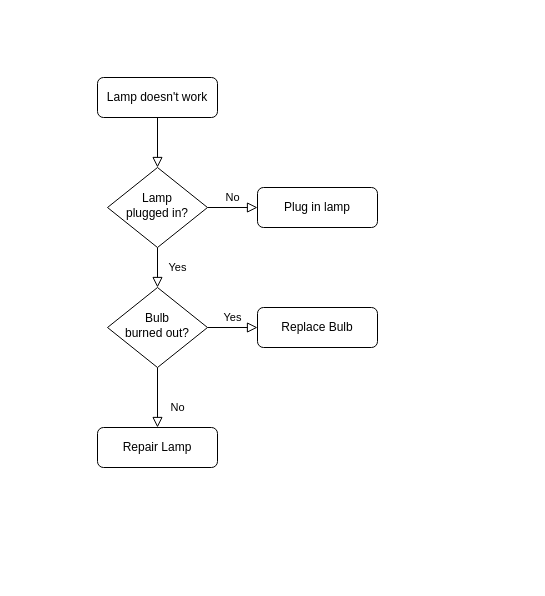
Earlier version of the draw.io diagram Untitled Diagram.drawio (JuanGmv/ejercicio). Source tidied: cells renumbered, new cells numbered last; positions are measured from the earlier drawing's top-left corner, leaving out a move shared by most shapes. Both pictures are drawn from the tidied source at 100%, with x=0, y=0 at pixel (97, 77).
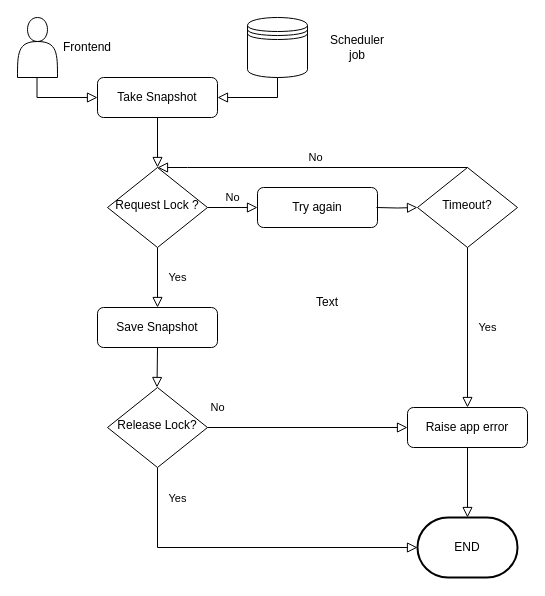
Above is the later version.

The edit, as a diff of the source:
```diff
@@
-    <mxCell id="3" value="Lamp doesn't work" style="rounded=1;whiteSpace=wrap;html=1;fontSize=12;glass=0;strokeWidth=1;shadow=0;" parent="1" vertex="1">
+    <mxCell id="3" value="Take Snapshot" style="rounded=1;whiteSpace=wrap;html=1;fontSize=12;glass=0;strokeWidth=1;shadow=0;" parent="1" vertex="1">
       <mxGeometry width="120" height="40" as="geometry" />
     </mxCell>
-    <mxCell id="4" value="Yes" style="rounded=0;html=1;jettySize=auto;fontSize=11;endArrow=block;endFill=0;endSize=8;strokeWidth=1;shadow=0;labelBackgroundColor=none;edgeStyle=orthogonalEdgeStyle;" parent="1" edge="1" source="6" target="10">
+    <mxCell id="4" value="Yes" style="rounded=0;html=1;jettySize=auto;fontSize=11;endArrow=block;endFill=0;endSize=8;strokeWidth=1;shadow=0;labelBackgroundColor=none;edgeStyle=orthogonalEdgeStyle;entryX=0.5;entryY=0;entryDx=0;entryDy=0;" parent="1" edge="1" source="6" target="13">
       <mxGeometry y="20" relative="1" as="geometry" />
     </mxCell>
@@
-    <mxCell id="6" value="Lamp&lt;br&gt;plugged in?" style="rhombus;whiteSpace=wrap;html=1;shadow=0;fontFamily=Helvetica;fontSize=12;align=center;strokeWidth=1;spacing=6;spacingTop=-4;" parent="1" vertex="1">
+    <mxCell id="6" value="Request Lock ?" style="rhombus;whiteSpace=wrap;html=1;shadow=0;fontFamily=Helvetica;fontSize=12;align=center;strokeWidth=1;spacing=6;spacingTop=-4;" parent="1" vertex="1">
       <mxGeometry x="10" y="90" width="100" height="80" as="geometry" />
     </mxCell>
-    <mxCell id="7" value="Plug in lamp" style="rounded=1;whiteSpace=wrap;html=1;fontSize=12;glass=0;strokeWidth=1;shadow=0;" parent="1" vertex="1">
+    <mxCell id="7" value="Try again" style="rounded=1;whiteSpace=wrap;html=1;fontSize=12;glass=0;strokeWidth=1;shadow=0;" parent="1" vertex="1">
       <mxGeometry x="160" y="110" width="120" height="40" as="geometry" />
     </mxCell>
-    <mxCell id="8" value="No" style="rounded=0;html=1;jettySize=auto;fontSize=11;endArrow=block;endFill=0;endSize=8;strokeWidth=1;shadow=0;labelBackgroundColor=none;edgeStyle=orthogonalEdgeStyle;" parent="1" edge="1" source="10" target="11">
-      <mxGeometry x="0.33" y="20" relative="1" as="geometry" />
+    <mxCell id="8" value="No" style="rounded=0;html=1;jettySize=auto;fontSize=11;endArrow=block;endFill=0;endSize=8;strokeWidth=1;shadow=0;labelBackgroundColor=none;edgeStyle=orthogonalEdgeStyle;entryX=0;entryY=0.5;entryDx=0;entryDy=0;" parent="1" edge="1" source="10" target="18">
+      <mxGeometry x="-0.9" y="20" relative="1" as="geometry" />
     </mxCell>
-    <mxCell id="9" value="Yes" style="edgeStyle=orthogonalEdgeStyle;rounded=0;html=1;jettySize=auto;fontSize=11;endArrow=block;endFill=0;endSize=8;strokeWidth=1;shadow=0;labelBackgroundColor=none;" parent="1" edge="1" source="10" target="12">
-      <mxGeometry y="10" relative="1" as="geometry" />
+    <mxCell id="9" value="Yes" style="edgeStyle=orthogonalEdgeStyle;rounded=0;html=1;jettySize=auto;fontSize=11;endArrow=block;endFill=0;endSize=8;strokeWidth=1;shadow=0;labelBackgroundColor=none;entryX=0;entryY=0.5;entryDx=0;entryDy=0;entryPerimeter=0;" parent="1" edge="1" source="10" target="17">
+      <mxGeometry x="-0.82" y="20" relative="1" as="geometry">
+        <Array as="points">
+          <mxPoint x="60" y="470" />
+        </Array>
+      </mxGeometry>
     </mxCell>
-    <mxCell id="10" value="Bulb&lt;br&gt;burned out?" style="rhombus;whiteSpace=wrap;html=1;shadow=0;fontFamily=Helvetica;fontSize=12;align=center;strokeWidth=1;spacing=6;spacingTop=-4;" parent="1" vertex="1">
-      <mxGeometry x="10" y="210" width="100" height="80" as="geometry" />
+    <mxCell id="10" value="Release Lock?" style="rhombus;whiteSpace=wrap;html=1;shadow=0;fontFamily=Helvetica;fontSize=12;align=center;strokeWidth=1;spacing=6;spacingTop=-4;" parent="1" vertex="1">
+      <mxGeometry x="10" y="310" width="100" height="80" as="geometry" />
     </mxCell>
-    <mxCell id="11" value="Repair Lamp" style="rounded=1;whiteSpace=wrap;html=1;fontSize=12;glass=0;strokeWidth=1;shadow=0;" parent="1" vertex="1">
-      <mxGeometry y="350" width="120" height="40" as="geometry" />
-    </mxCell>
-    <mxCell id="12" value="Replace Bulb" style="rounded=1;whiteSpace=wrap;html=1;fontSize=12;glass=0;strokeWidth=1;shadow=0;" parent="1" vertex="1">
-      <mxGeometry x="160" y="230" width="120" height="40" as="geometry" />
-    </mxCell>
+    <mxCell id="13" value="Save Snapshot" style="rounded=1;whiteSpace=wrap;html=1;fontSize=12;glass=0;strokeWidth=1;shadow=0;" parent="1" vertex="1">
+      <mxGeometry y="230" width="120" height="40" as="geometry" />
+    </mxCell>
+    <mxCell id="14" value="Timeout?" style="rhombus;whiteSpace=wrap;html=1;shadow=0;fontFamily=Helvetica;fontSize=12;align=center;strokeWidth=1;spacing=6;spacingTop=-4;" parent="1" vertex="1">
+      <mxGeometry x="320" y="90" width="100" height="80" as="geometry" />
+    </mxCell>
+    <mxCell id="15" style="rounded=0;html=1;jettySize=auto;fontSize=11;endArrow=block;endFill=0;endSize=8;strokeWidth=1;shadow=0;labelBackgroundColor=none;edgeStyle=orthogonalEdgeStyle;" parent="1" edge="1" target="14">
+      <mxGeometry relative="1" as="geometry">
+        <mxPoint x="279" y="130" as="sourcePoint" />
+      </mxGeometry>
+    </mxCell>
+    <mxCell id="16" value="No" style="edgeStyle=orthogonalEdgeStyle;rounded=0;html=1;jettySize=auto;fontSize=11;endArrow=block;endFill=0;endSize=8;strokeWidth=1;shadow=0;labelBackgroundColor=none;entryX=0.5;entryY=0;entryDx=0;entryDy=0;exitX=0.5;exitY=0;exitDx=0;exitDy=0;" parent="1" edge="1" source="14" target="6">
+      <mxGeometry x="-0.02" y="-10" relative="1" as="geometry">
+        <Array as="points">
+          <mxPoint x="90" y="90" />
+          <mxPoint x="90" y="90" />
+        </Array>
+      </mxGeometry>
+    </mxCell>
+    <mxCell id="17" value="END" style="strokeWidth=2;html=1;shape=mxgraph.flowchart.terminator;whiteSpace=wrap;" parent="1" vertex="1">
+      <mxGeometry x="320" y="440" width="100" height="60" as="geometry" />
+    </mxCell>
+    <mxCell id="18" value="Raise app error" style="rounded=1;whiteSpace=wrap;html=1;fontSize=12;glass=0;strokeWidth=1;shadow=0;" parent="1" vertex="1">
+      <mxGeometry x="310" y="330" width="120" height="40" as="geometry" />
+    </mxCell>
+    <mxCell id="19" value="Yes" style="rounded=0;html=1;jettySize=auto;fontSize=11;endArrow=block;endFill=0;endSize=8;strokeWidth=1;shadow=0;labelBackgroundColor=none;edgeStyle=orthogonalEdgeStyle;exitX=0.5;exitY=1;exitDx=0;exitDy=0;entryX=0.5;entryY=0;entryDx=0;entryDy=0;" parent="1" edge="1" source="14" target="18">
+      <mxGeometry y="20" relative="1" as="geometry" />
+    </mxCell>
+    <mxCell id="20" style="rounded=0;html=1;jettySize=auto;fontSize=11;endArrow=block;endFill=0;endSize=8;strokeWidth=1;shadow=0;labelBackgroundColor=none;edgeStyle=orthogonalEdgeStyle;entryX=0.5;entryY=0;entryDx=0;entryDy=0;exitX=0.5;exitY=1;exitDx=0;exitDy=0;entryPerimeter=0;" parent="1" edge="1" source="18" target="17">
+      <mxGeometry relative="1" as="geometry" />
+    </mxCell>
+    <mxCell id="21" style="rounded=0;html=1;jettySize=auto;fontSize=11;endArrow=block;endFill=0;endSize=8;strokeWidth=1;shadow=0;labelBackgroundColor=none;edgeStyle=orthogonalEdgeStyle;exitX=0.5;exitY=1;exitDx=0;exitDy=0;" parent="1" edge="1" source="13">
+      <mxGeometry relative="1" as="geometry">
+        <mxPoint x="59.5" y="310" as="targetPoint" />
+      </mxGeometry>
+    </mxCell>
+    <mxCell id="22" style="shape=actor;whiteSpace=wrap;html=1;" parent="1" vertex="1">
+      <mxGeometry x="-80" y="-60" width="40" height="60" as="geometry" />
+    </mxCell>
+    <mxCell id="23" style="shape=datastore;whiteSpace=wrap;html=1;" parent="1" vertex="1">
+      <mxGeometry x="150" y="-60" width="60" height="60" as="geometry" />
+    </mxCell>
+    <mxCell id="24" style="rounded=0;html=1;jettySize=auto;orthogonalLoop=1;fontSize=11;endArrow=block;endFill=0;endSize=8;strokeWidth=1;shadow=0;labelBackgroundColor=none;edgeStyle=orthogonalEdgeStyle;exitX=0.5;exitY=1;exitDx=0;exitDy=0;" parent="1" edge="1">
+      <mxGeometry relative="1" as="geometry">
+        <mxPoint x="-60.5" as="sourcePoint" />
+        <mxPoint y="20" as="targetPoint" />
+        <Array as="points">
+          <mxPoint x="-60" y="20" />
+          <mxPoint y="20" />
+        </Array>
+      </mxGeometry>
+    </mxCell>
+    <mxCell id="25" style="rounded=0;html=1;jettySize=auto;fontSize=11;endArrow=block;endFill=0;endSize=8;strokeWidth=1;shadow=0;labelBackgroundColor=none;edgeStyle=orthogonalEdgeStyle;exitX=0.5;exitY=1;exitDx=0;exitDy=0;entryX=1;entryY=0.5;entryDx=0;entryDy=0;" parent="1" edge="1" source="23" target="3">
+      <mxGeometry relative="1" as="geometry">
+        <Array as="points">
+          <mxPoint x="180" y="20" />
+        </Array>
+      </mxGeometry>
+    </mxCell>
+    <mxCell id="26" value="Text" style="text;html=1;strokeColor=none;fillColor=none;align=center;verticalAlign=middle;whiteSpace=wrap;rounded=0;" parent="1" vertex="1">
+      <mxGeometry x="200" y="210" width="60" height="30" as="geometry" />
+    </mxCell>
+    <mxCell id="27" value="Frontend" style="text;html=1;strokeColor=none;fillColor=none;align=center;verticalAlign=middle;whiteSpace=wrap;rounded=0;" parent="1" vertex="1">
+      <mxGeometry x="-40" y="-45" width="60" height="30" as="geometry" />
+    </mxCell>
+    <mxCell id="28" value="Scheduler job" style="text;html=1;strokeColor=none;fillColor=none;align=center;verticalAlign=middle;whiteSpace=wrap;rounded=0;" parent="1" vertex="1">
+      <mxGeometry x="230" y="-45" width="60" height="30" as="geometry" />
+    </mxCell>
```
